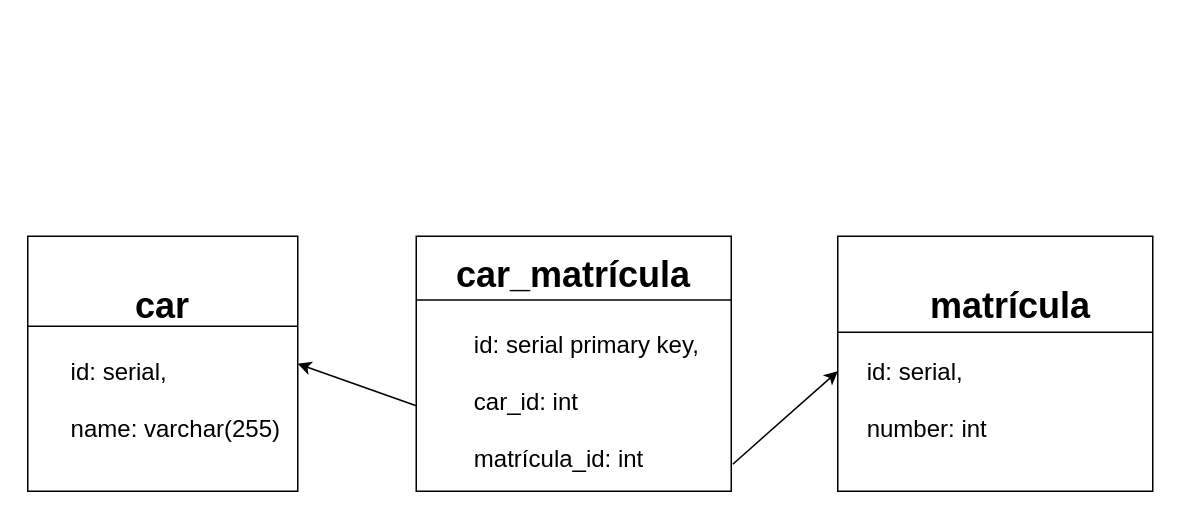
Earlier version of the draw.io diagram Untitled Diagram.drawio (voldomarich/job4j_design). Source tidied: cells renumbered, new cells numbered last; positions are measured from the earlier drawing's top-left corner, leaving out a move shared by most shapes. Both pictures are drawn from the tidied source at 150%, with x=0, y=0 at pixel (27, 236).
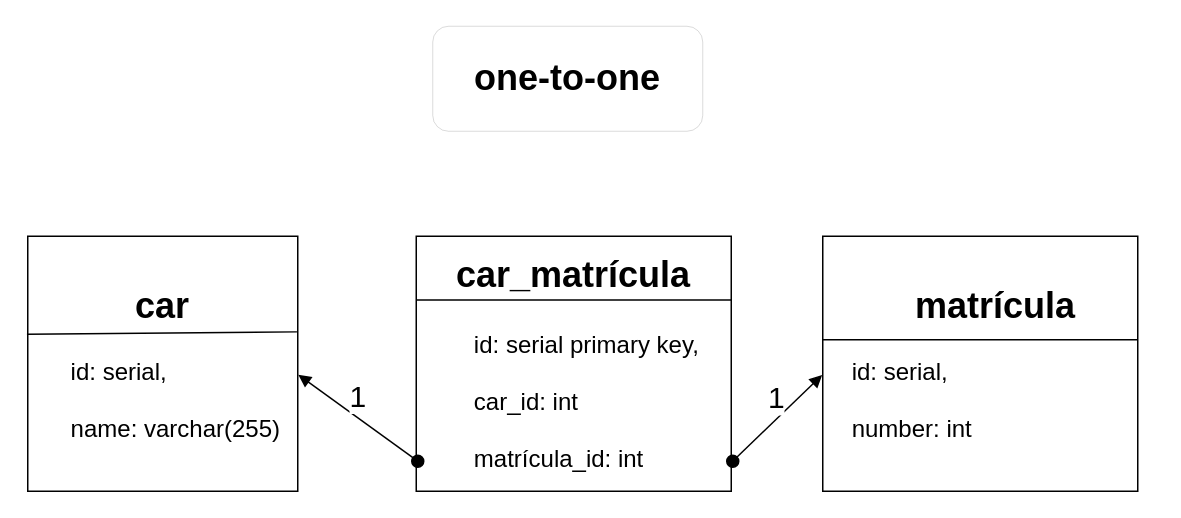
After the change.

Diff of the diagram source:
```diff
@@
 <mxGraphModel>
   <root>
     <mxCell id="0" />
     <mxCell id="1" parent="0" />
     <mxCell id="2" value="&lt;div style=&quot;text-align: center;&quot;&gt;&lt;font style=&quot;font-size: 24px;&quot;&gt;&lt;b&gt;&amp;nbsp; &amp;nbsp; &amp;nbsp; &amp;nbsp; &amp;nbsp;matrícula&lt;/b&gt;&lt;/font&gt;&lt;/div&gt;&lt;div&gt;&lt;font size=&quot;3&quot;&gt;&lt;br&gt;&lt;/font&gt;&lt;/div&gt;&lt;div&gt;&lt;font size=&quot;3&quot;&gt;&amp;nbsp; &amp;nbsp; id: serial,&lt;/font&gt;&lt;/div&gt;&lt;div&gt;&lt;font size=&quot;3&quot;&gt;&lt;br&gt;&lt;/font&gt;&lt;/div&gt;&lt;div&gt;&lt;font size=&quot;3&quot;&gt;&amp;nbsp; &amp;nbsp; number: int&lt;/font&gt;&lt;/div&gt;" style="rounded=0;whiteSpace=wrap;html=1;align=left;" parent="1" vertex="1">
-      <mxGeometry x="540" width="210" height="170" as="geometry" />
+      <mxGeometry x="530" width="210" height="170" as="geometry" />
     </mxCell>
     <mxCell id="3" value="&lt;div&gt;&lt;font style=&quot;font-size: 24px;&quot;&gt;&lt;b&gt;car_matrícula&lt;/b&gt;&lt;/font&gt;&lt;/div&gt;&lt;div&gt;&lt;font style=&quot;font-size: 18px;&quot;&gt;&lt;b style=&quot;&quot;&gt;&lt;br&gt;&lt;/b&gt;&lt;/font&gt;&lt;/div&gt;&lt;div style=&quot;text-align: left;&quot;&gt;&lt;font size=&quot;3&quot;&gt;&amp;nbsp; &amp;nbsp; id: serial primary key,&lt;/font&gt;&lt;/div&gt;&lt;div style=&quot;text-align: left;&quot;&gt;&lt;font size=&quot;3&quot;&gt;&lt;br&gt;&lt;/font&gt;&lt;/div&gt;&lt;div style=&quot;text-align: left;&quot;&gt;&lt;font size=&quot;3&quot;&gt;&amp;nbsp; &amp;nbsp; car_id: int&amp;nbsp;&lt;/font&gt;&lt;/div&gt;&lt;div style=&quot;text-align: left;&quot;&gt;&lt;font size=&quot;3&quot;&gt;&lt;br&gt;&lt;/font&gt;&lt;/div&gt;&lt;div style=&quot;text-align: left;&quot;&gt;&lt;font size=&quot;3&quot;&gt;&amp;nbsp; &amp;nbsp; matrícula_id: int&amp;nbsp;&lt;/font&gt;&lt;/div&gt;" style="rounded=0;whiteSpace=wrap;html=1;" parent="1" vertex="1">
       <mxGeometry x="259" width="210" height="170" as="geometry" />
     </mxCell>
     <mxCell id="4" value="&lt;div style=&quot;&quot;&gt;&lt;span style=&quot;font-size: 24px;&quot;&gt;&lt;b&gt;car&lt;/b&gt;&lt;/span&gt;&lt;/div&gt;&lt;div style=&quot;text-align: left;&quot;&gt;&lt;font size=&quot;3&quot;&gt;&lt;br&gt;&lt;/font&gt;&lt;/div&gt;&lt;div style=&quot;text-align: left;&quot;&gt;&lt;font size=&quot;3&quot;&gt;&amp;nbsp; &amp;nbsp; id: serial,&lt;/font&gt;&lt;/div&gt;&lt;div style=&quot;text-align: left;&quot;&gt;&lt;font size=&quot;3&quot;&gt;&lt;br&gt;&lt;/font&gt;&lt;/div&gt;&lt;div style=&quot;text-align: left;&quot;&gt;&lt;font size=&quot;3&quot;&gt;&amp;nbsp; &amp;nbsp; name: varchar(255)&lt;/font&gt;&lt;/div&gt;" style="rounded=0;whiteSpace=wrap;html=1;" parent="1" vertex="1">
       <mxGeometry width="180" height="170" as="geometry" />
     </mxCell>
-    <mxCell id="5" style="endArrow=none;html=1;rounded=0;fontSize=18;entryX=1;entryY=0.353;entryDx=0;entryDy=0;entryPerimeter=0;" parent="1" edge="1" target="4">
-      <mxGeometry relative="1" as="geometry">
-        <mxPoint y="60" as="sourcePoint" />
-        <Array as="points">
-          <mxPoint x="50" y="60" />
-        </Array>
-      </mxGeometry>
-    </mxCell>
     <mxCell id="6" style="endArrow=none;html=1;rounded=0;fontSize=18;exitX=0;exitY=0.25;exitDx=0;exitDy=0;entryX=1;entryY=0.25;entryDx=0;entryDy=0;" parent="1" edge="1" source="3" target="3">
       <mxGeometry relative="1" as="geometry" />
     </mxCell>
     <mxCell id="7" style="endArrow=none;html=1;rounded=0;fontSize=18;" parent="1" edge="1">
       <mxGeometry relative="1" as="geometry">
-        <mxPoint x="540" y="64" as="sourcePoint" />
-        <mxPoint x="750" y="64" as="targetPoint" />
+        <mxPoint x="530" y="69" as="sourcePoint" />
+        <mxPoint x="740" y="69" as="targetPoint" />
       </mxGeometry>
     </mxCell>
-    <mxCell id="8" style="endArrow=classic;html=1;rounded=0;fontSize=18;exitX=0;exitY=0.665;exitDx=0;exitDy=0;exitPerimeter=0;entryX=1;entryY=0.5;entryDx=0;entryDy=0;" parent="1" edge="1" source="3" target="4">
-      <mxGeometry relative="1" as="geometry" />
-    </mxCell>
-    <mxCell id="9" style="endArrow=classic;html=1;rounded=0;fontSize=18;exitX=1.005;exitY=0.894;exitDx=0;exitDy=0;exitPerimeter=0;" parent="1" edge="1" source="3">
-      <mxGeometry relative="1" as="geometry">
-        <mxPoint x="540" y="90" as="targetPoint" />
-      </mxGeometry>
-    </mxCell>
+    <mxCell id="10" style="endArrow=none;html=1;rounded=0;exitX=-0.003;exitY=0.384;exitDx=0;exitDy=0;exitPerimeter=0;entryX=0.997;entryY=0.375;entryDx=0;entryDy=0;entryPerimeter=0;" parent="1" edge="1" source="4" target="4">
+      <mxGeometry relative="1" as="geometry" />
+    </mxCell>
+    <mxCell id="11" value="&lt;span style=&quot;font-size: 24px;&quot;&gt;&lt;b&gt;one-to-one&lt;/b&gt;&lt;/span&gt;" style="rounded=1;whiteSpace=wrap;html=1;strokeWidth=0;" parent="1" vertex="1">
+      <mxGeometry x="270" y="-140" width="180" height="70" as="geometry" />
+    </mxCell>
+    <mxCell id="12" value="&lt;font style=&quot;font-size: 20px;&quot;&gt;1&lt;/font&gt;" style="html=1;verticalAlign=bottom;startArrow=oval;startFill=1;endArrow=block;startSize=8;rounded=0;entryX=1.002;entryY=0.543;entryDx=0;entryDy=0;entryPerimeter=0;" parent="1" edge="1" target="4">
+      <mxGeometry relative="1" as="geometry">
+        <mxPoint x="260" y="150" as="sourcePoint" />
+      </mxGeometry>
+    </mxCell>
+    <mxCell id="13" value="1" style="html=1;verticalAlign=bottom;startArrow=oval;startFill=1;endArrow=block;startSize=8;rounded=0;fontSize=20;entryX=-0.002;entryY=0.544;entryDx=0;entryDy=0;entryPerimeter=0;" parent="1" edge="1" target="2">
+      <mxGeometry relative="1" as="geometry">
+        <mxPoint x="470" y="150" as="sourcePoint" />
+      </mxGeometry>
+    </mxCell>
   </root>
 </mxGraphModel>
```
